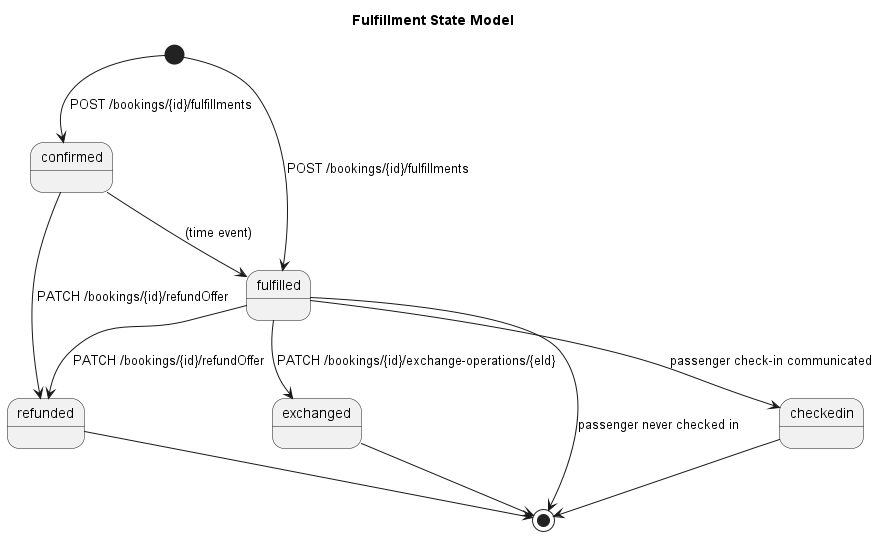
Above: out/images/models/fulfillment-state-model/fulfillment-state-model.png in UnionInternationalCheminsdeFer/OSDM (PlantUML), before the change. Source of this version:
```plantuml
@startuml
title "Fulfillment State Model"
[*] --> confirmed: POST /bookings/{id}/fulfillments
[*] --> fulfilled: POST /bookings/{id}/fulfillments
confirmed --> fulfilled: (time event)
fulfilled --> checkedin: passenger check-in communicated
confirmed --> refunded: PATCH /bookings/{id}/refundOffer
fulfilled --> refunded: PATCH /bookings/{id}/refundOffer
fulfilled --> exchanged: PATCH /bookings/{id}/exchange-operations/{eId}
fulfilled --> [*]: passenger never checked in
checkedin --> [*]
refunded --> [*]
exchanged --> [*]
@enduml
```
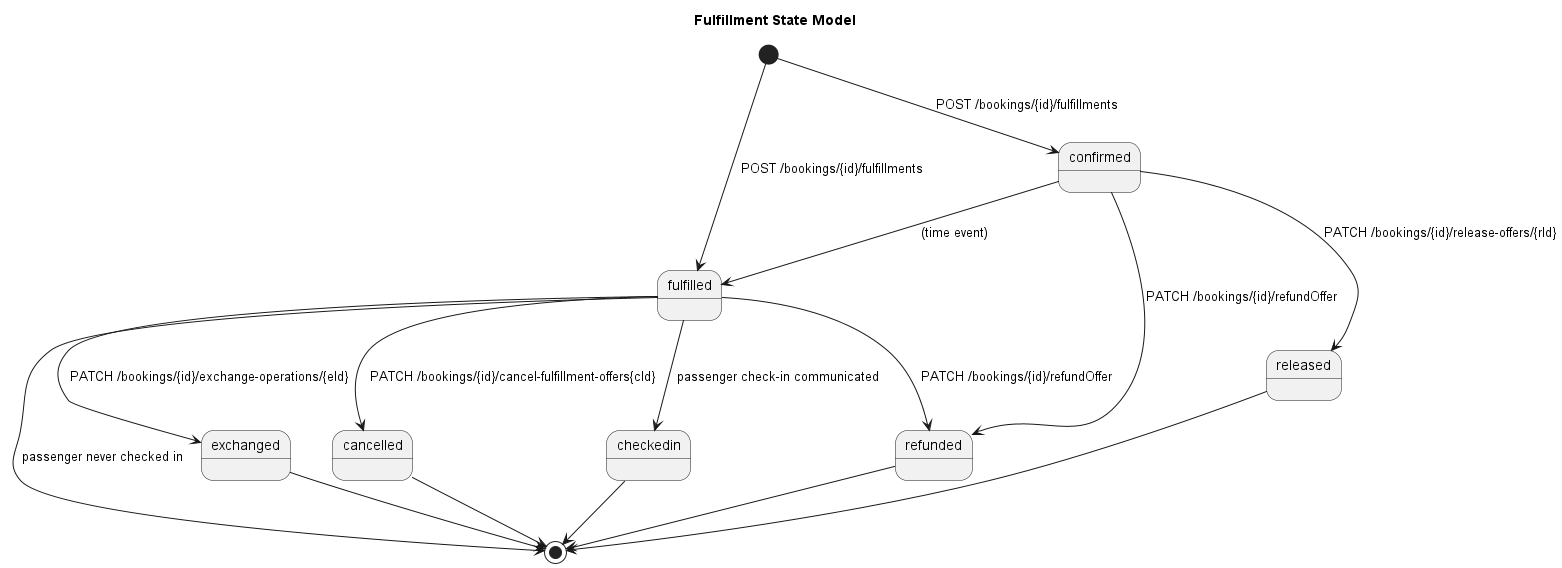
After the commit.

Commit message:
#701 Fulfillment State Model

What changed in the source:
```diff
@@ -1,14 +1,18 @@
-@startuml
+@startuml fulfillment-state-model
 title "Fulfillment State Model"
 [*] --> confirmed: POST /bookings/{id}/fulfillments
 [*] --> fulfilled: POST /bookings/{id}/fulfillments
 confirmed --> fulfilled: (time event)
 fulfilled --> checkedin: passenger check-in communicated
 confirmed --> refunded: PATCH /bookings/{id}/refundOffer
+confirmed --> released: PATCH /bookings/{id}/release-offers/{rId}
 fulfilled --> refunded: PATCH /bookings/{id}/refundOffer
 fulfilled --> exchanged: PATCH /bookings/{id}/exchange-operations/{eId}
 fulfilled --> [*]: passenger never checked in
+fulfilled --> cancelled: PATCH /bookings/{id}/cancel-fulfillment-offers{cId}
 checkedin --> [*]
 refunded --> [*]
 exchanged --> [*]
+released --> [*]
+cancelled --> [*]
 @enduml
```
